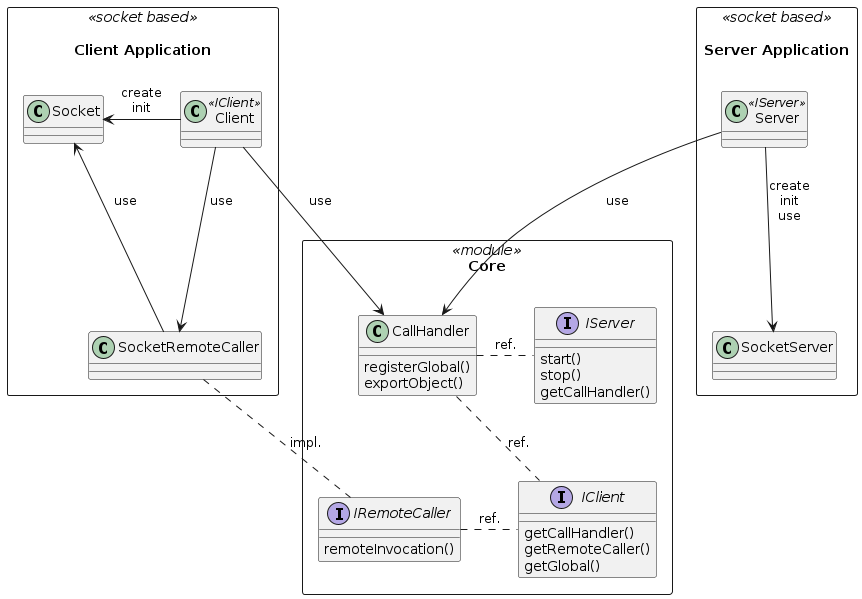
Above: assets/draft/hla-socket.png in bsorrentino/bsorrentino (PlantUML), before the change.
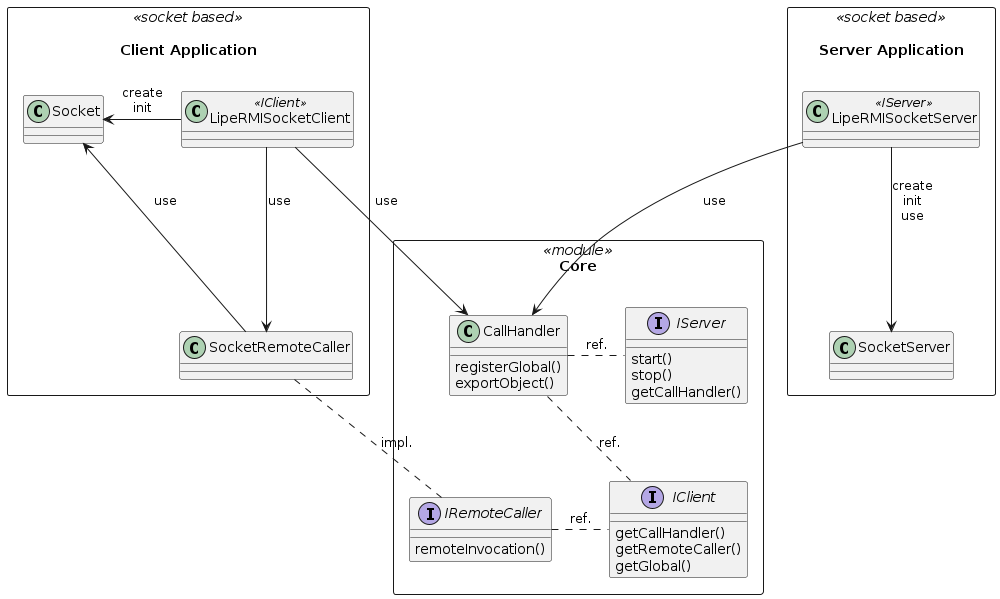
After the commit.

Diff of the diagram source:
```diff
@@ -4,12 +4,12 @@
 top to bottom direction
 
 rectangle "\nServer Application\n" as ServerAPP  <<socket based>>  {
-    class "Server" as server <<IServer>>
+    class "LipeRMISocketServer" as server <<IServer>>
     class "SocketServer" as ssocket
 }
 
 rectangle "\nClient Application\n" as ClientAPP  <<socket based>>  {
-    class "Client" as client <<IClient>>
+    class "LipeRMISocketClient" as client <<IClient>>
     class "Socket" as socket
     class "SocketRemoteCaller" as srcaller
 }
```
